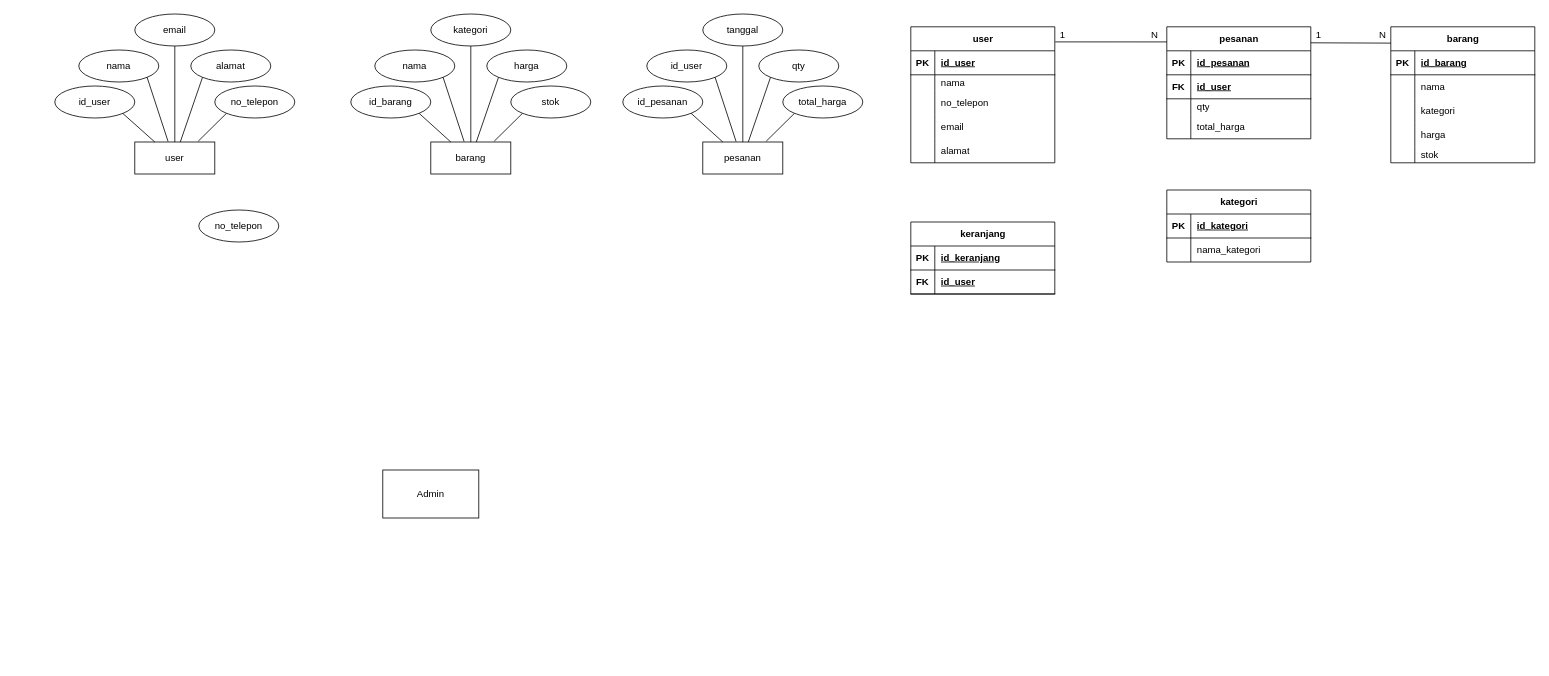
Earlier version of the draw.io diagram ERD-Ecommerce-Elektronik.drawio (zerocode0806/Flowchart-E-Comerce-Elektronik). Source tidied: cells renumbered, new cells numbered last; positions are measured from the earlier drawing's top-left corner, leaving out a move shared by most shapes. Both pictures are drawn from the tidied source at 80%, with x=0, y=0 at pixel (54, 14).
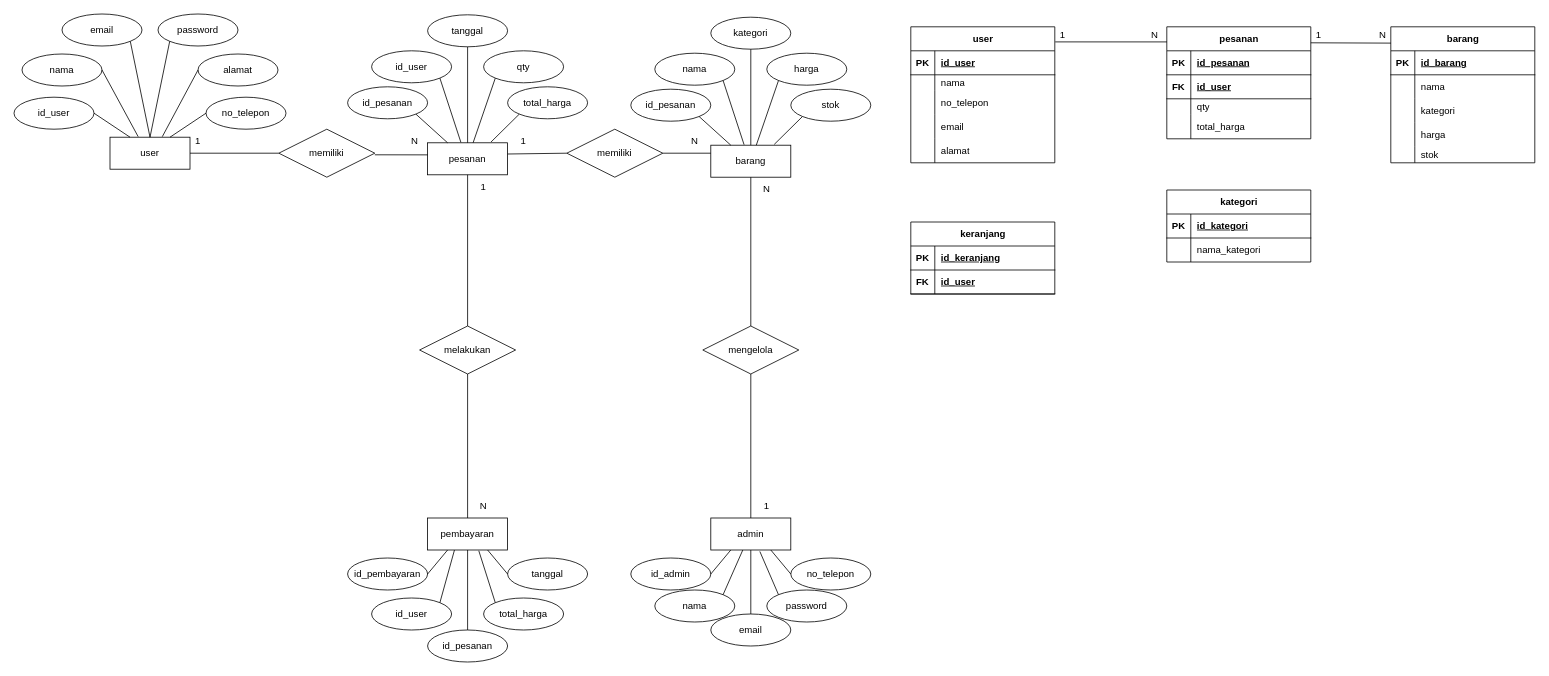
After the change.

What changed in the source:
```diff
@@
-    <mxCell id="2" value="Admin" style="rounded=0;whiteSpace=wrap;html=1;" parent="1" vertex="1">
-      <mxGeometry x="410" y="570" width="120" height="60" as="geometry" />
-    </mxCell>
     <mxCell id="3" value="user" style="whiteSpace=wrap;html=1;align=center;" parent="1" vertex="1">
-      <mxGeometry x="100" y="160" width="100" height="40" as="geometry" />
+      <mxGeometry x="69" y="154" width="100" height="40" as="geometry" />
     </mxCell>
     <mxCell id="4" value="id_user" style="ellipse;whiteSpace=wrap;html=1;align=center;" parent="1" vertex="1">
-      <mxGeometry y="90" width="100" height="40" as="geometry" />
+      <mxGeometry x="-51" y="104" width="100" height="40" as="geometry" />
     </mxCell>
     <mxCell id="5" value="nama" style="ellipse;whiteSpace=wrap;html=1;align=center;" parent="1" vertex="1">
-      <mxGeometry x="30" y="45" width="100" height="40" as="geometry" />
+      <mxGeometry x="-41" y="50" width="100" height="40" as="geometry" />
     </mxCell>
     <mxCell id="6" value="no_telepon" style="ellipse;whiteSpace=wrap;html=1;align=center;" parent="1" vertex="1">
-      <mxGeometry x="200" y="90" width="100" height="40" as="geometry" />
+      <mxGeometry x="189" y="104" width="100" height="40" as="geometry" />
     </mxCell>
     <mxCell id="7" value="email" style="ellipse;whiteSpace=wrap;html=1;align=center;" parent="1" vertex="1">
-      <mxGeometry x="100" width="100" height="40" as="geometry" />
+      <mxGeometry x="9" width="100" height="40" as="geometry" />
     </mxCell>
     <mxCell id="8" value="alamat" style="ellipse;whiteSpace=wrap;html=1;align=center;" parent="1" vertex="1">
-      <mxGeometry x="170" y="45" width="100" height="40" as="geometry" />
+      <mxGeometry x="179" y="50" width="100" height="40" as="geometry" />
     </mxCell>
@@
-    <mxCell id="74" style="endArrow=none;html=1;rounded=0;exitX=0.5;exitY=1;exitDx=0;exitDy=0;entryX=0.5;entryY=0;entryDx=0;entryDy=0;" parent="1" edge="1" source="7" target="3">
-      <mxGeometry relative="1" as="geometry" />
-    </mxCell>
-    <mxCell id="75" style="endArrow=none;html=1;rounded=0;exitX=0;exitY=1;exitDx=0;exitDy=0;" parent="1" edge="1" source="8" target="3">
-      <mxGeometry relative="1" as="geometry" />
-    </mxCell>
-    <mxCell id="76" style="endArrow=none;html=1;rounded=0;exitX=1;exitY=1;exitDx=0;exitDy=0;entryX=0.416;entryY=-0.015;entryDx=0;entryDy=0;entryPerimeter=0;" parent="1" edge="1" source="5" target="3">
-      <mxGeometry relative="1" as="geometry" />
-    </mxCell>
-    <mxCell id="77" style="endArrow=none;html=1;rounded=0;exitX=0;exitY=1;exitDx=0;exitDy=0;entryX=0.793;entryY=-0.025;entryDx=0;entryDy=0;entryPerimeter=0;" parent="1" edge="1" source="6" target="3">
-      <mxGeometry relative="1" as="geometry" />
-    </mxCell>
-    <mxCell id="78" style="endArrow=none;html=1;rounded=0;exitX=1;exitY=1;exitDx=0;exitDy=0;entryX=0.25;entryY=0;entryDx=0;entryDy=0;" parent="1" edge="1" target="3">
-      <mxGeometry relative="1" as="geometry">
-        <mxPoint x="85" y="124.3" as="sourcePoint" />
-      </mxGeometry>
-    </mxCell>
-    <mxCell id="79" value="barang" style="whiteSpace=wrap;html=1;align=center;" parent="1" vertex="1">
-      <mxGeometry x="470" y="160" width="100" height="40" as="geometry" />
+    <mxCell id="79" value="pembayaran" style="whiteSpace=wrap;html=1;align=center;" parent="1" vertex="1">
+      <mxGeometry x="466" y="630" width="100" height="40" as="geometry" />
     </mxCell>
-    <mxCell id="80" value="id_barang" style="ellipse;whiteSpace=wrap;html=1;align=center;" parent="1" vertex="1">
-      <mxGeometry x="370" y="90" width="100" height="40" as="geometry" />
+    <mxCell id="80" value="id_pembayaran" style="ellipse;whiteSpace=wrap;html=1;align=center;" parent="1" vertex="1">
+      <mxGeometry x="366" y="680" width="100" height="40" as="geometry" />
     </mxCell>
-    <mxCell id="81" value="nama" style="ellipse;whiteSpace=wrap;html=1;align=center;" parent="1" vertex="1">
-      <mxGeometry x="400" y="45" width="100" height="40" as="geometry" />
+    <mxCell id="81" value="id_user" style="ellipse;whiteSpace=wrap;html=1;align=center;" parent="1" vertex="1">
+      <mxGeometry x="396" y="730" width="100" height="40" as="geometry" />
     </mxCell>
-    <mxCell id="82" value="stok" style="ellipse;whiteSpace=wrap;html=1;align=center;" parent="1" vertex="1">
-      <mxGeometry x="570" y="90" width="100" height="40" as="geometry" />
+    <mxCell id="82" value="tanggal" style="ellipse;whiteSpace=wrap;html=1;align=center;" parent="1" vertex="1">
+      <mxGeometry x="566" y="680" width="100" height="40" as="geometry" />
     </mxCell>
-    <mxCell id="83" value="kategori" style="ellipse;whiteSpace=wrap;html=1;align=center;" parent="1" vertex="1">
-      <mxGeometry x="470" width="100" height="40" as="geometry" />
+    <mxCell id="83" value="id_pesanan" style="ellipse;whiteSpace=wrap;html=1;align=center;" parent="1" vertex="1">
+      <mxGeometry x="466" y="770" width="100" height="40" as="geometry" />
     </mxCell>
-    <mxCell id="84" value="harga" style="ellipse;whiteSpace=wrap;html=1;align=center;" parent="1" vertex="1">
-      <mxGeometry x="540" y="45" width="100" height="40" as="geometry" />
+    <mxCell id="84" value="total_harga" style="ellipse;whiteSpace=wrap;html=1;align=center;" parent="1" vertex="1">
+      <mxGeometry x="536" y="730" width="100" height="40" as="geometry" />
     </mxCell>
-    <mxCell id="85" style="endArrow=none;html=1;rounded=0;exitX=0.5;exitY=1;exitDx=0;exitDy=0;entryX=0.5;entryY=0;entryDx=0;entryDy=0;" parent="1" edge="1" source="83" target="79">
-      <mxGeometry relative="1" as="geometry" />
-    </mxCell>
-    <mxCell id="86" style="endArrow=none;html=1;rounded=0;exitX=0;exitY=1;exitDx=0;exitDy=0;" parent="1" edge="1" source="84" target="79">
-      <mxGeometry relative="1" as="geometry" />
-    </mxCell>
-    <mxCell id="87" style="endArrow=none;html=1;rounded=0;exitX=1;exitY=1;exitDx=0;exitDy=0;entryX=0.416;entryY=-0.015;entryDx=0;entryDy=0;entryPerimeter=0;" parent="1" edge="1" source="81" target="79">
-      <mxGeometry relative="1" as="geometry" />
-    </mxCell>
-    <mxCell id="88" style="endArrow=none;html=1;rounded=0;exitX=0;exitY=1;exitDx=0;exitDy=0;entryX=0.793;entryY=-0.025;entryDx=0;entryDy=0;entryPerimeter=0;" parent="1" edge="1" source="82" target="79">
-      <mxGeometry relative="1" as="geometry" />
-    </mxCell>
-    <mxCell id="89" style="endArrow=none;html=1;rounded=0;exitX=1;exitY=1;exitDx=0;exitDy=0;entryX=0.25;entryY=0;entryDx=0;entryDy=0;" parent="1" edge="1" source="80" target="79">
-      <mxGeometry relative="1" as="geometry" />
-    </mxCell>
     <mxCell id="90" value="pesanan" style="whiteSpace=wrap;html=1;align=center;" parent="1" vertex="1">
-      <mxGeometry x="810" y="160" width="100" height="40" as="geometry" />
+      <mxGeometry x="466" y="161" width="100" height="40" as="geometry" />
     </mxCell>
     <mxCell id="91" value="id_pesanan" style="ellipse;whiteSpace=wrap;html=1;align=center;" parent="1" vertex="1">
-      <mxGeometry x="710" y="90" width="100" height="40" as="geometry" />
+      <mxGeometry x="366" y="91" width="100" height="40" as="geometry" />
     </mxCell>
     <mxCell id="92" value="id_user" style="ellipse;whiteSpace=wrap;html=1;align=center;" parent="1" vertex="1">
-      <mxGeometry x="740" y="45" width="100" height="40" as="geometry" />
+      <mxGeometry x="396" y="46" width="100" height="40" as="geometry" />
     </mxCell>
     <mxCell id="93" value="total_harga" style="ellipse;whiteSpace=wrap;html=1;align=center;" parent="1" vertex="1">
-      <mxGeometry x="910" y="90" width="100" height="40" as="geometry" />
+      <mxGeometry x="566" y="91" width="100" height="40" as="geometry" />
     </mxCell>
     <mxCell id="94" value="tanggal" style="ellipse;whiteSpace=wrap;html=1;align=center;" parent="1" vertex="1">
-      <mxGeometry x="810" width="100" height="40" as="geometry" />
+      <mxGeometry x="466" y="1" width="100" height="40" as="geometry" />
     </mxCell>
     <mxCell id="95" value="qty" style="ellipse;whiteSpace=wrap;html=1;align=center;" parent="1" vertex="1">
-      <mxGeometry x="880" y="45" width="100" height="40" as="geometry" />
+      <mxGeometry x="536" y="46" width="100" height="40" as="geometry" />
     </mxCell>
@@
+    <mxCell id="102" value="password" style="ellipse;whiteSpace=wrap;html=1;align=center;" parent="1" vertex="1">
+      <mxGeometry x="129" width="100" height="40" as="geometry" />
+    </mxCell>
+    <mxCell id="103" style="endArrow=none;html=1;rounded=0;entryX=0;entryY=0.5;entryDx=0;entryDy=0;exitX=0.75;exitY=0;exitDx=0;exitDy=0;" parent="1" edge="1" source="3" target="6">
+      <mxGeometry relative="1" as="geometry" />
+    </mxCell>
+    <mxCell id="104" style="endArrow=none;html=1;rounded=0;exitX=1;exitY=0.5;exitDx=0;exitDy=0;entryX=0.25;entryY=0;entryDx=0;entryDy=0;" parent="1" edge="1" source="4" target="3">
+      <mxGeometry relative="1" as="geometry" />
+    </mxCell>
+    <mxCell id="105" style="endArrow=none;html=1;rounded=0;entryX=0;entryY=0.5;entryDx=0;entryDy=0;exitX=0.654;exitY=-0.017;exitDx=0;exitDy=0;exitPerimeter=0;" parent="1" edge="1" source="3" target="8">
+      <mxGeometry relative="1" as="geometry" />
+    </mxCell>
+    <mxCell id="106" style="endArrow=none;html=1;rounded=0;entryX=1;entryY=0.5;entryDx=0;entryDy=0;exitX=0.352;exitY=-0.017;exitDx=0;exitDy=0;exitPerimeter=0;" parent="1" edge="1" source="3" target="5">
+      <mxGeometry relative="1" as="geometry" />
+    </mxCell>
+    <mxCell id="74" style="endArrow=none;html=1;rounded=0;exitX=1;exitY=1;exitDx=0;exitDy=0;entryX=0.5;entryY=0;entryDx=0;entryDy=0;" parent="1" edge="1" source="7" target="3">
+      <mxGeometry relative="1" as="geometry" />
+    </mxCell>
+    <mxCell id="107" style="endArrow=none;html=1;rounded=0;exitX=0;exitY=1;exitDx=0;exitDy=0;entryX=0.5;entryY=0;entryDx=0;entryDy=0;" parent="1" edge="1" source="102" target="3">
+      <mxGeometry relative="1" as="geometry" />
+    </mxCell>
+    <mxCell id="108" value="memiliki" style="shape=rhombus;perimeter=rhombusPerimeter;whiteSpace=wrap;html=1;align=center;" parent="1" vertex="1">
+      <mxGeometry x="280" y="144" width="120" height="60" as="geometry" />
+    </mxCell>
+    <mxCell id="109" style="endArrow=none;html=1;rounded=0;exitX=1;exitY=0.5;exitDx=0;exitDy=0;entryX=0;entryY=0.5;entryDx=0;entryDy=0;" parent="1" edge="1" source="3" target="108">
+      <mxGeometry relative="1" as="geometry" />
+    </mxCell>
+    <mxCell id="110" style="endArrow=none;html=1;rounded=0;entryX=0.002;entryY=0.377;entryDx=0;entryDy=0;entryPerimeter=0;" parent="1" edge="1" target="90">
+      <mxGeometry relative="1" as="geometry">
+        <mxPoint x="400" y="176" as="sourcePoint" />
+      </mxGeometry>
+    </mxCell>
+    <mxCell id="89" style="endArrow=none;html=1;rounded=0;exitX=1;exitY=0.5;exitDx=0;exitDy=0;entryX=0.25;entryY=1;entryDx=0;entryDy=0;" parent="1" edge="1" source="80" target="79">
+      <mxGeometry relative="1" as="geometry" />
+    </mxCell>
+    <mxCell id="87" style="endArrow=none;html=1;rounded=0;exitX=1;exitY=0;exitDx=0;exitDy=0;entryX=0.336;entryY=1;entryDx=0;entryDy=0;entryPerimeter=0;" parent="1" edge="1" source="81" target="79">
+      <mxGeometry relative="1" as="geometry" />
+    </mxCell>
+    <mxCell id="111" style="endArrow=none;html=1;rounded=0;exitX=0.75;exitY=1;exitDx=0;exitDy=0;entryX=0;entryY=0.5;entryDx=0;entryDy=0;" parent="1" edge="1" source="79" target="82">
+      <mxGeometry relative="1" as="geometry" />
+    </mxCell>
+    <mxCell id="86" style="endArrow=none;html=1;rounded=0;exitX=0;exitY=0;exitDx=0;exitDy=0;entryX=0.64;entryY=1.024;entryDx=0;entryDy=0;entryPerimeter=0;" parent="1" edge="1" source="84" target="79">
+      <mxGeometry relative="1" as="geometry" />
+    </mxCell>
+    <mxCell id="85" style="endArrow=none;html=1;rounded=0;entryX=0.5;entryY=1;entryDx=0;entryDy=0;exitX=0.5;exitY=0;exitDx=0;exitDy=0;" parent="1" edge="1" source="83" target="79">
+      <mxGeometry relative="1" as="geometry" />
+    </mxCell>
+    <mxCell id="112" value="melakukan" style="shape=rhombus;perimeter=rhombusPerimeter;whiteSpace=wrap;html=1;align=center;" parent="1" vertex="1">
+      <mxGeometry x="456" y="390" width="120" height="60" as="geometry" />
+    </mxCell>
+    <mxCell id="113" style="endArrow=none;html=1;rounded=0;exitX=0.5;exitY=1;exitDx=0;exitDy=0;entryX=0.5;entryY=0;entryDx=0;entryDy=0;" parent="1" edge="1" source="90" target="112">
+      <mxGeometry relative="1" as="geometry" />
+    </mxCell>
+    <mxCell id="114" style="endArrow=none;html=1;rounded=0;exitX=0.5;exitY=1;exitDx=0;exitDy=0;entryX=0.5;entryY=0;entryDx=0;entryDy=0;" parent="1" edge="1" source="112" target="79">
+      <mxGeometry relative="1" as="geometry" />
+    </mxCell>
+    <mxCell id="115" value="barang" style="whiteSpace=wrap;html=1;align=center;" parent="1" vertex="1">
+      <mxGeometry x="820" y="164" width="100" height="40" as="geometry" />
+    </mxCell>
+    <mxCell id="116" value="id_pesanan" style="ellipse;whiteSpace=wrap;html=1;align=center;" parent="1" vertex="1">
+      <mxGeometry x="720" y="94" width="100" height="40" as="geometry" />
+    </mxCell>
+    <mxCell id="117" value="nama" style="ellipse;whiteSpace=wrap;html=1;align=center;" parent="1" vertex="1">
+      <mxGeometry x="750" y="49" width="100" height="40" as="geometry" />
+    </mxCell>
+    <mxCell id="118" value="stok" style="ellipse;whiteSpace=wrap;html=1;align=center;" parent="1" vertex="1">
+      <mxGeometry x="920" y="94" width="100" height="40" as="geometry" />
+    </mxCell>
+    <mxCell id="119" value="kategori" style="ellipse;whiteSpace=wrap;html=1;align=center;" parent="1" vertex="1">
+      <mxGeometry x="820" y="4" width="100" height="40" as="geometry" />
+    </mxCell>
+    <mxCell id="120" value="harga" style="ellipse;whiteSpace=wrap;html=1;align=center;" parent="1" vertex="1">
+      <mxGeometry x="890" y="49" width="100" height="40" as="geometry" />
+    </mxCell>
+    <mxCell id="121" style="endArrow=none;html=1;rounded=0;exitX=0.5;exitY=1;exitDx=0;exitDy=0;entryX=0.5;entryY=0;entryDx=0;entryDy=0;" parent="1" edge="1" source="119" target="115">
+      <mxGeometry relative="1" as="geometry" />
+    </mxCell>
+    <mxCell id="122" style="endArrow=none;html=1;rounded=0;exitX=0;exitY=1;exitDx=0;exitDy=0;" parent="1" edge="1" source="120" target="115">
+      <mxGeometry relative="1" as="geometry" />
+    </mxCell>
+    <mxCell id="123" style="endArrow=none;html=1;rounded=0;exitX=1;exitY=1;exitDx=0;exitDy=0;entryX=0.416;entryY=-0.015;entryDx=0;entryDy=0;entryPerimeter=0;" parent="1" edge="1" source="117" target="115">
+      <mxGeometry relative="1" as="geometry" />
+    </mxCell>
+    <mxCell id="124" style="endArrow=none;html=1;rounded=0;exitX=0;exitY=1;exitDx=0;exitDy=0;entryX=0.793;entryY=-0.025;entryDx=0;entryDy=0;entryPerimeter=0;" parent="1" edge="1" source="118" target="115">
+      <mxGeometry relative="1" as="geometry" />
+    </mxCell>
+    <mxCell id="125" style="endArrow=none;html=1;rounded=0;exitX=1;exitY=1;exitDx=0;exitDy=0;entryX=0.25;entryY=0;entryDx=0;entryDy=0;" parent="1" edge="1" source="116" target="115">
+      <mxGeometry relative="1" as="geometry" />
+    </mxCell>
+    <mxCell id="126" value="memiliki" style="shape=rhombus;perimeter=rhombusPerimeter;whiteSpace=wrap;html=1;align=center;" parent="1" vertex="1">
+      <mxGeometry x="640" y="144" width="120" height="60" as="geometry" />
+    </mxCell>
+    <mxCell id="127" style="endArrow=none;html=1;rounded=0;entryX=0;entryY=0.5;entryDx=0;entryDy=0;exitX=1;exitY=0.35;exitDx=0;exitDy=0;exitPerimeter=0;" parent="1" edge="1" source="90" target="126">
+      <mxGeometry relative="1" as="geometry" />
+    </mxCell>
+    <mxCell id="128" style="endArrow=none;html=1;rounded=0;entryX=0;entryY=0.25;entryDx=0;entryDy=0;exitX=1;exitY=0.5;exitDx=0;exitDy=0;" parent="1" edge="1" source="126" target="115">
+      <mxGeometry relative="1" as="geometry" />
+    </mxCell>
+    <mxCell id="129" value="mengelola" style="shape=rhombus;perimeter=rhombusPerimeter;whiteSpace=wrap;html=1;align=center;" parent="1" vertex="1">
+      <mxGeometry x="810" y="390" width="120" height="60" as="geometry" />
+    </mxCell>
+    <mxCell id="130" value="admin" style="whiteSpace=wrap;html=1;align=center;" parent="1" vertex="1">
+      <mxGeometry x="820" y="630" width="100" height="40" as="geometry" />
+    </mxCell>
+    <mxCell id="131" value="id_admin" style="ellipse;whiteSpace=wrap;html=1;align=center;" parent="1" vertex="1">
+      <mxGeometry x="720" y="680" width="100" height="40" as="geometry" />
+    </mxCell>
+    <mxCell id="132" value="nama" style="ellipse;whiteSpace=wrap;html=1;align=center;" parent="1" vertex="1">
+      <mxGeometry x="750" y="720" width="100" height="40" as="geometry" />
+    </mxCell>
     <mxCell id="101" value="no_telepon" style="ellipse;whiteSpace=wrap;html=1;align=center;" parent="1" vertex="1">
-      <mxGeometry x="180" y="245" width="100" height="40" as="geometry" />
+      <mxGeometry x="920" y="680" width="100" height="40" as="geometry" />
     </mxCell>
+    <mxCell id="133" value="email" style="ellipse;whiteSpace=wrap;html=1;align=center;" parent="1" vertex="1">
+      <mxGeometry x="820" y="750" width="100" height="40" as="geometry" />
+    </mxCell>
+    <mxCell id="134" value="password" style="ellipse;whiteSpace=wrap;html=1;align=center;" parent="1" vertex="1">
+      <mxGeometry x="890" y="720" width="100" height="40" as="geometry" />
+    </mxCell>
+    <mxCell id="135" style="endArrow=none;html=1;rounded=0;entryX=1;entryY=0.5;entryDx=0;entryDy=0;exitX=0.25;exitY=1;exitDx=0;exitDy=0;" parent="1" edge="1" source="130" target="131">
+      <mxGeometry relative="1" as="geometry" />
+    </mxCell>
+    <mxCell id="136" style="endArrow=none;html=1;rounded=0;entryX=1;entryY=0;entryDx=0;entryDy=0;exitX=0.4;exitY=1;exitDx=0;exitDy=0;exitPerimeter=0;" parent="1" edge="1" source="130" target="132">
+      <mxGeometry relative="1" as="geometry" />
+    </mxCell>
+    <mxCell id="137" style="endArrow=none;html=1;rounded=0;entryX=0.75;entryY=1;entryDx=0;entryDy=0;exitX=0;exitY=0.5;exitDx=0;exitDy=0;" parent="1" edge="1" source="101" target="130">
+      <mxGeometry relative="1" as="geometry" />
+    </mxCell>
+    <mxCell id="138" style="endArrow=none;html=1;rounded=0;entryX=0.613;entryY=1.045;entryDx=0;entryDy=0;exitX=0;exitY=0;exitDx=0;exitDy=0;entryPerimeter=0;" parent="1" edge="1" source="134" target="130">
+      <mxGeometry relative="1" as="geometry" />
+    </mxCell>
+    <mxCell id="139" style="endArrow=none;html=1;rounded=0;entryX=0.5;entryY=1;entryDx=0;entryDy=0;exitX=0.5;exitY=0;exitDx=0;exitDy=0;" parent="1" edge="1" source="133" target="130">
+      <mxGeometry relative="1" as="geometry" />
+    </mxCell>
+    <mxCell id="140" style="endArrow=none;html=1;rounded=0;entryX=0.5;entryY=1;entryDx=0;entryDy=0;exitX=0.5;exitY=0;exitDx=0;exitDy=0;" parent="1" edge="1" source="129" target="115">
+      <mxGeometry relative="1" as="geometry" />
+    </mxCell>
+    <mxCell id="141" style="endArrow=none;html=1;rounded=0;entryX=0.5;entryY=1;entryDx=0;entryDy=0;exitX=0.5;exitY=0;exitDx=0;exitDy=0;" parent="1" edge="1" source="130" target="129">
+      <mxGeometry relative="1" as="geometry" />
+    </mxCell>
+    <mxCell id="142" value="1" style="text;html=1;whiteSpace=wrap;strokeColor=none;fillColor=none;align=center;verticalAlign=middle;rounded=0;" parent="1" vertex="1">
+      <mxGeometry x="149" y="144" width="60" height="30" as="geometry" />
+    </mxCell>
+    <mxCell id="143" value="N" style="text;html=1;whiteSpace=wrap;strokeColor=none;fillColor=none;align=center;verticalAlign=middle;rounded=0;" parent="1" vertex="1">
+      <mxGeometry x="420" y="144" width="60" height="30" as="geometry" />
+    </mxCell>
+    <mxCell id="144" value="N" style="text;html=1;whiteSpace=wrap;strokeColor=none;fillColor=none;align=center;verticalAlign=middle;rounded=0;" parent="1" vertex="1">
+      <mxGeometry x="770" y="144" width="60" height="30" as="geometry" />
+    </mxCell>
+    <mxCell id="145" value="1" style="text;html=1;whiteSpace=wrap;strokeColor=none;fillColor=none;align=center;verticalAlign=middle;rounded=0;" parent="1" vertex="1">
+      <mxGeometry x="556" y="144" width="60" height="30" as="geometry" />
+    </mxCell>
+    <mxCell id="146" value="1" style="text;html=1;whiteSpace=wrap;strokeColor=none;fillColor=none;align=center;verticalAlign=middle;rounded=0;" parent="1" vertex="1">
+      <mxGeometry x="860" y="600" width="60" height="30" as="geometry" />
+    </mxCell>
+    <mxCell id="147" value="N" style="text;html=1;whiteSpace=wrap;strokeColor=none;fillColor=none;align=center;verticalAlign=middle;rounded=0;" parent="1" vertex="1">
+      <mxGeometry x="860" y="204" width="60" height="30" as="geometry" />
+    </mxCell>
+    <mxCell id="148" value="1" style="text;html=1;whiteSpace=wrap;strokeColor=none;fillColor=none;align=center;verticalAlign=middle;rounded=0;" parent="1" vertex="1">
+      <mxGeometry x="506" y="201" width="60" height="30" as="geometry" />
+    </mxCell>
+    <mxCell id="149" value="N" style="text;html=1;whiteSpace=wrap;strokeColor=none;fillColor=none;align=center;verticalAlign=middle;rounded=0;" parent="1" vertex="1">
+      <mxGeometry x="506" y="600" width="60" height="30" as="geometry" />
+    </mxCell>
```
